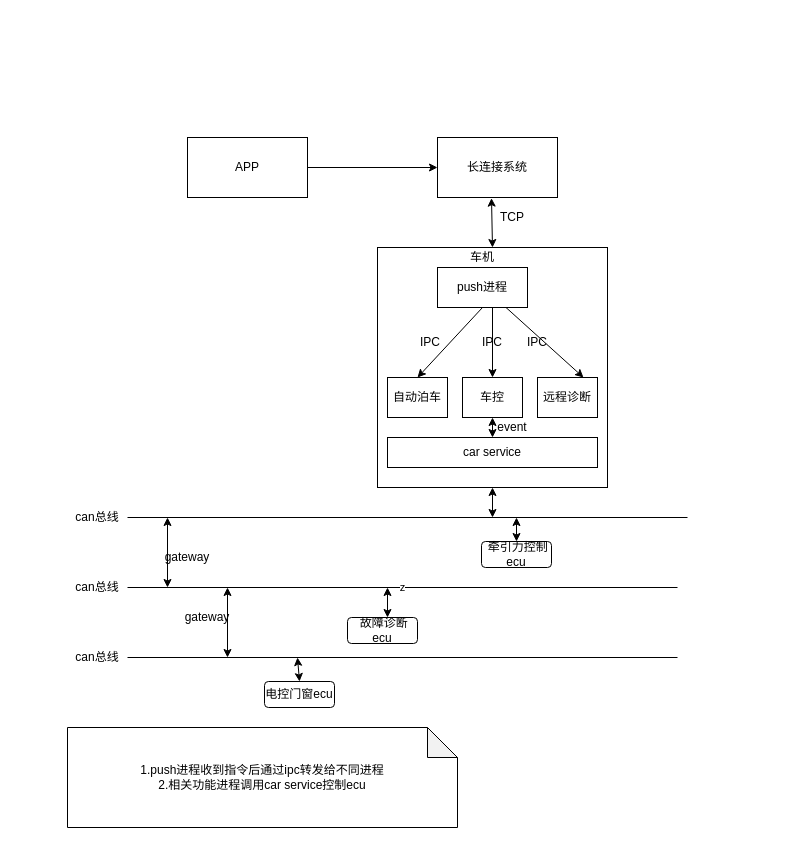
This is arch/carNet/carNet.drawio from zhangchuhu/drawio, a draw.io file, before an edit. Source tidied: cells renumbered, new cells numbered last; positions are measured from the earlier drawing's top-left corner, leaving out a move shared by most shapes. Both pictures are drawn from the tidied source at 100%, with x=0, y=0 at pixel (67, 137).
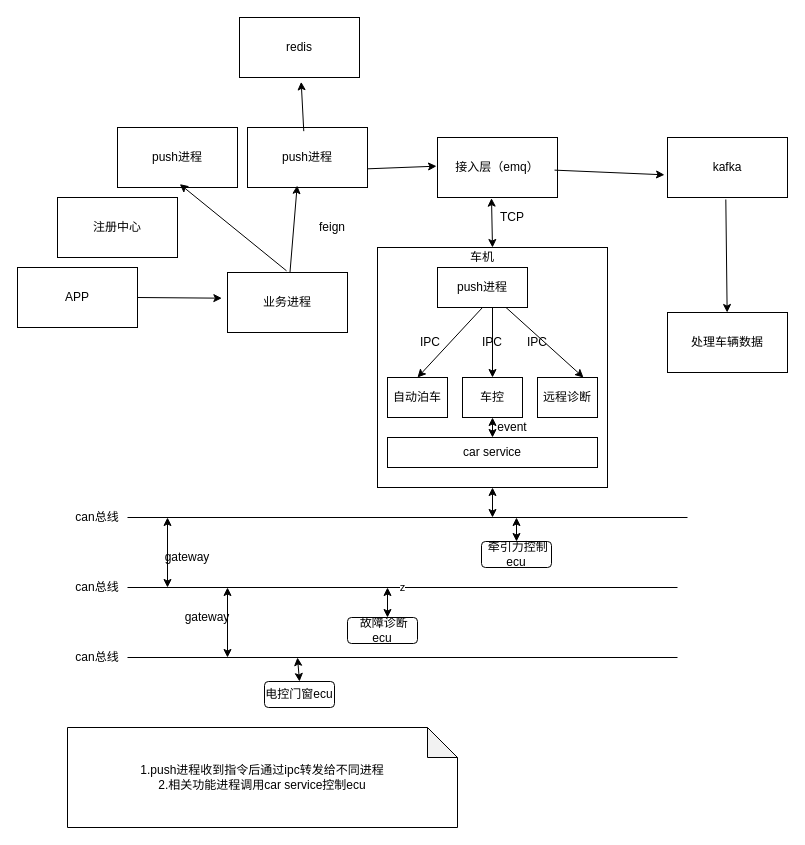
The same diagram, later.

Diff of the diagram source:
```diff
@@
-    <mxCell id="32" value="长连接系统" style="rounded=0;whiteSpace=wrap;html=1;" parent="1" vertex="1">
+    <mxCell id="32" value="接入层（emq）" style="rounded=0;whiteSpace=wrap;html=1;" parent="1" vertex="1">
       <mxGeometry x="370" width="120" height="60" as="geometry" />
     </mxCell>
     <mxCell id="33" value="APP" style="rounded=0;whiteSpace=wrap;html=1;" parent="1" vertex="1">
-      <mxGeometry x="120" width="120" height="60" as="geometry" />
+      <mxGeometry x="-50" y="130" width="120" height="60" as="geometry" />
     </mxCell>
-    <mxCell id="34" style="endArrow=classic;html=1;entryX=0;entryY=0.5;entryDx=0;entryDy=0;exitX=1;exitY=0.5;exitDx=0;exitDy=0;" parent="1" edge="1" source="33" target="32">
+    <mxCell id="34" style="endArrow=classic;html=1;exitX=1;exitY=0.5;exitDx=0;exitDy=0;entryX=-0.047;entryY=0.428;entryDx=0;entryDy=0;entryPerimeter=0;" parent="1" edge="1" source="33" target="44">
       <mxGeometry relative="1" as="geometry" />
     </mxCell>
@@
+    <mxCell id="42" style="endArrow=classic;html=1;entryX=-0.008;entryY=0.478;entryDx=0;entryDy=0;entryPerimeter=0;exitX=0.997;exitY=0.689;exitDx=0;exitDy=0;exitPerimeter=0;" parent="1" edge="1" source="43" target="32">
+      <mxGeometry relative="1" as="geometry" />
+    </mxCell>
+    <mxCell id="43" value="push进程" style="rounded=0;whiteSpace=wrap;html=1;" parent="1" vertex="1">
+      <mxGeometry x="180" y="-10" width="120" height="60" as="geometry" />
+    </mxCell>
+    <mxCell id="44" value="业务进程" style="rounded=0;whiteSpace=wrap;html=1;" parent="1" vertex="1">
+      <mxGeometry x="160" y="135" width="120" height="60" as="geometry" />
+    </mxCell>
+    <mxCell id="45" style="endArrow=classic;html=1;entryX=0.414;entryY=0.967;entryDx=0;entryDy=0;entryPerimeter=0;" parent="1" edge="1" source="44" target="43">
+      <mxGeometry relative="1" as="geometry" />
+    </mxCell>
+    <mxCell id="46" value="feign" style="text;html=1;strokeColor=none;fillColor=none;align=center;verticalAlign=middle;whiteSpace=wrap;rounded=0;" parent="1" vertex="1">
+      <mxGeometry x="240" y="80" width="50" height="20" as="geometry" />
+    </mxCell>
+    <mxCell id="47" value="&lt;span style=&quot;white-space: normal&quot;&gt;push进程&lt;/span&gt;" style="rounded=0;whiteSpace=wrap;html=1;" parent="1" vertex="1">
+      <mxGeometry x="50" y="-10" width="120" height="60" as="geometry" />
+    </mxCell>
+    <mxCell id="48" style="endArrow=classic;html=1;entryX=0.519;entryY=0.944;entryDx=0;entryDy=0;entryPerimeter=0;exitX=0.492;exitY=-0.028;exitDx=0;exitDy=0;exitPerimeter=0;" parent="1" edge="1" source="44" target="47">
+      <mxGeometry relative="1" as="geometry" />
+    </mxCell>
+    <mxCell id="49" value="注册中心" style="rounded=0;whiteSpace=wrap;html=1;" parent="1" vertex="1">
+      <mxGeometry x="-10" y="60" width="120" height="60" as="geometry" />
+    </mxCell>
+    <mxCell id="50" value="kafka" style="rounded=0;whiteSpace=wrap;html=1;" parent="1" vertex="1">
+      <mxGeometry x="600" width="120" height="60" as="geometry" />
+    </mxCell>
+    <mxCell id="51" style="endArrow=classic;html=1;exitX=0.975;exitY=0.544;exitDx=0;exitDy=0;exitPerimeter=0;entryX=-0.025;entryY=0.622;entryDx=0;entryDy=0;entryPerimeter=0;" parent="1" edge="1" source="32" target="50">
+      <mxGeometry relative="1" as="geometry" />
+    </mxCell>
+    <mxCell id="52" value="处理车辆数据" style="rounded=0;whiteSpace=wrap;html=1;" parent="1" vertex="1">
+      <mxGeometry x="600" y="175" width="120" height="60" as="geometry" />
+    </mxCell>
+    <mxCell id="53" style="endArrow=classic;html=1;exitX=0.486;exitY=1.033;exitDx=0;exitDy=0;exitPerimeter=0;" parent="1" edge="1" source="50" target="52">
+      <mxGeometry relative="1" as="geometry" />
+    </mxCell>
+    <mxCell id="54" value="redis" style="rounded=0;whiteSpace=wrap;html=1;" parent="1" vertex="1">
+      <mxGeometry x="172" y="-120" width="120" height="60" as="geometry" />
+    </mxCell>
+    <mxCell id="55" style="endArrow=classic;html=1;exitX=0.469;exitY=0.061;exitDx=0;exitDy=0;exitPerimeter=0;entryX=0.514;entryY=1.072;entryDx=0;entryDy=0;entryPerimeter=0;" parent="1" edge="1" source="43" target="54">
+      <mxGeometry relative="1" as="geometry" />
+    </mxCell>
```
